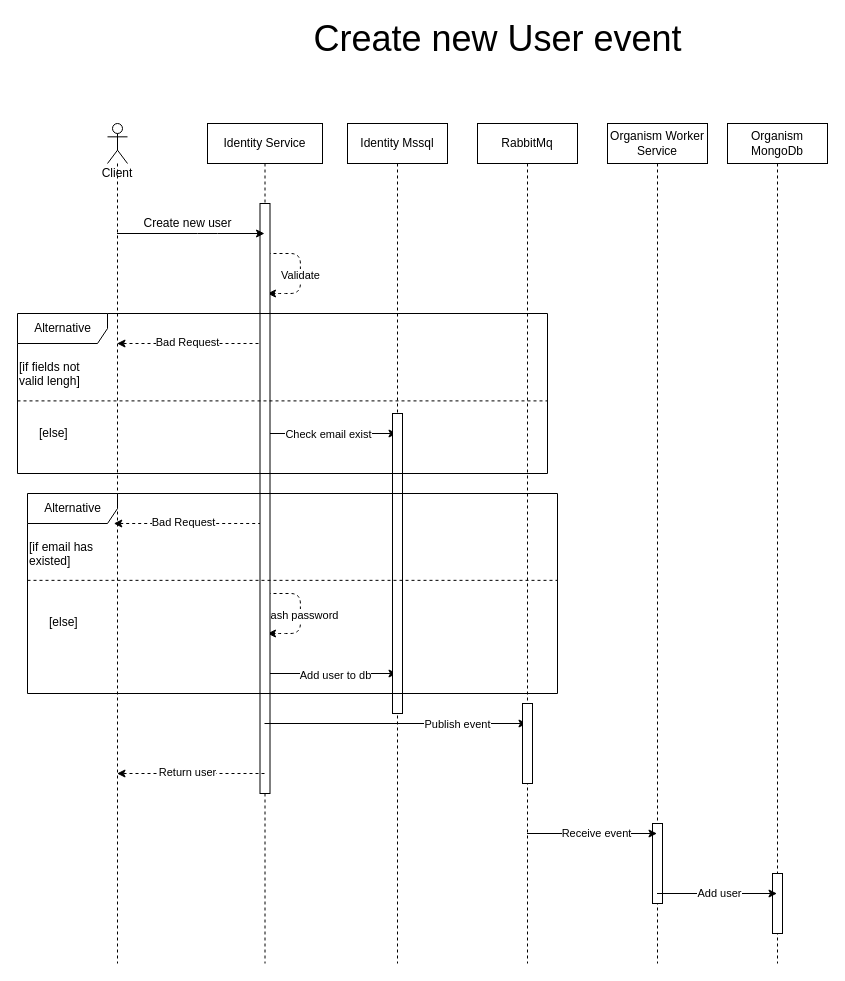
The draw.io diagram page "Worker Sequence" (3 of 3) of documents/src/Organism.dio in ThanhB18059162022/LuanVan, before the edit. Source tidied: cells renumbered, new cells numbered last; positions are measured from the earlier drawing's top-left corner, leaving out a move shared by most shapes. Both pictures are drawn from the tidied source at 100%, with x=0, y=0 at pixel (17, 23).
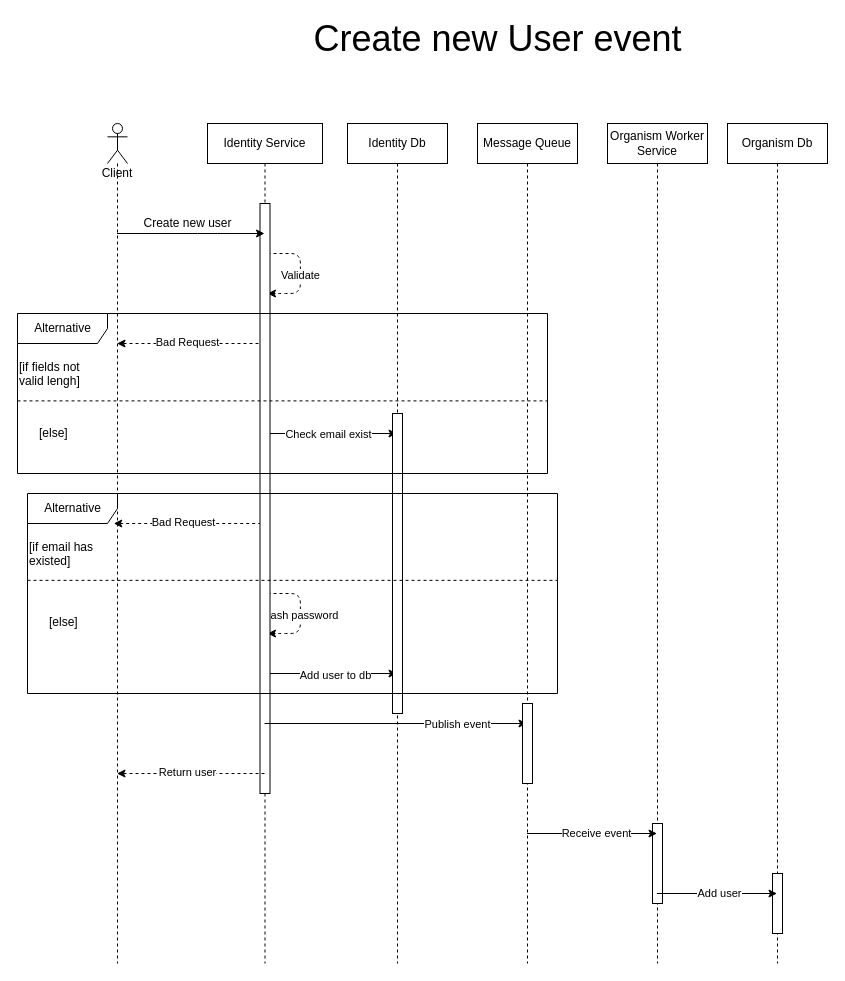
After the change.

The edit, as a diff of the source:
```diff
@@
-    <mxCell id="18" value="Identity Mssql" style="shape=umlLifeline;perimeter=lifelinePerimeter;whiteSpace=wrap;html=1;outlineConnect=0;" parent="1" vertex="1">
+    <mxCell id="18" value="Identity Db" style="shape=umlLifeline;perimeter=lifelinePerimeter;whiteSpace=wrap;html=1;outlineConnect=0;" parent="1" vertex="1">
       <mxGeometry x="330" y="100" width="100" height="840" as="geometry" />
     </mxCell>
@@
-    <mxCell id="24" value="RabbitMq" style="shape=umlLifeline;perimeter=lifelinePerimeter;whiteSpace=wrap;html=1;outlineConnect=0;" parent="1" vertex="1">
+    <mxCell id="24" value="Message Queue" style="shape=umlLifeline;perimeter=lifelinePerimeter;whiteSpace=wrap;html=1;outlineConnect=0;" parent="1" vertex="1">
       <mxGeometry x="460" y="100" width="100" height="840" as="geometry" />
     </mxCell>
@@
-    <mxCell id="36" value="Organism MongoDb" style="shape=umlLifeline;perimeter=lifelinePerimeter;whiteSpace=wrap;html=1;outlineConnect=0;" parent="1" vertex="1">
+    <mxCell id="36" value="Organism Db" style="shape=umlLifeline;perimeter=lifelinePerimeter;whiteSpace=wrap;html=1;outlineConnect=0;" parent="1" vertex="1">
       <mxGeometry x="710" y="100" width="100" height="840" as="geometry" />
     </mxCell>
```
